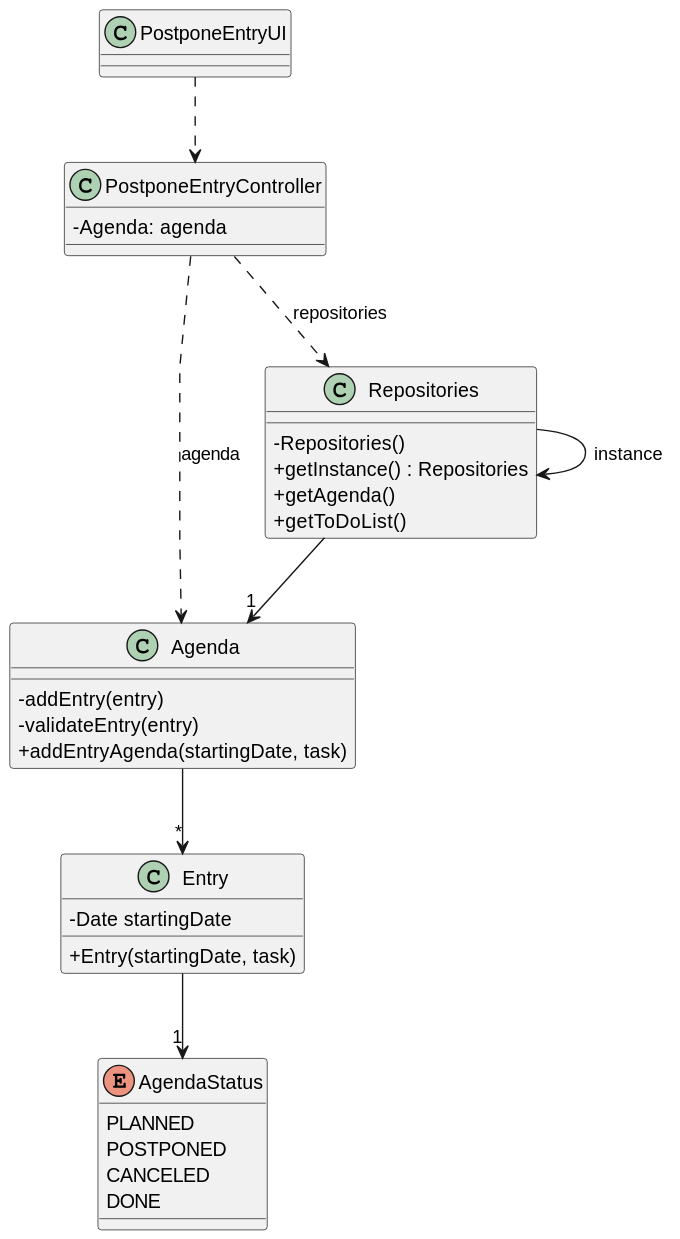
Above: docs/sprintA&B&C/us024/03.design/svg/us024-class-diagram.svg in daniel41silva05/ISEP_2023_2024_LAPR2 (PlantUML), before the change.
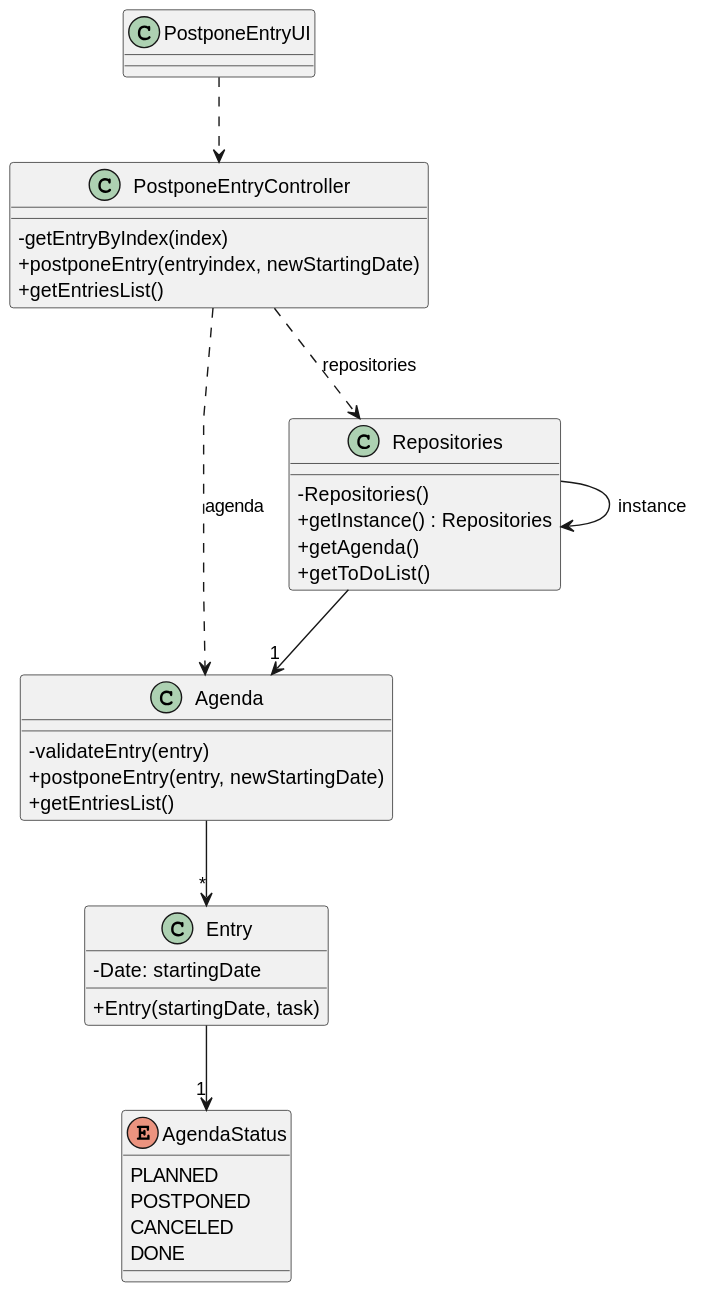
The same diagram one commit later.

Commit message:
US24 Class Diagram Correctionos

What changed in the source:
```diff
@@ -6,13 +6,13 @@
 skinparam classAttributeIconSize 0
 
 class Agenda {
-    -addEntry(entry)
     -validateEntry(entry)
-    +addEntryAgenda(startingDate, task)
+    +postponeEntry(entry, newStartingDate)
+    +getEntriesList()
 }
 
 class Entry {
-    -Date startingDate
+    -Date: startingDate
     +Entry(startingDate, task)
 }
 
@@ -32,7 +32,9 @@
 }
 
 class PostponeEntryController{
--Agenda: agenda
+    -getEntryByIndex(index)
+    +postponeEntry(entryindex, newStartingDate)
+    +getEntriesList()
 }
 
 class PostponeEntryUI{
```
